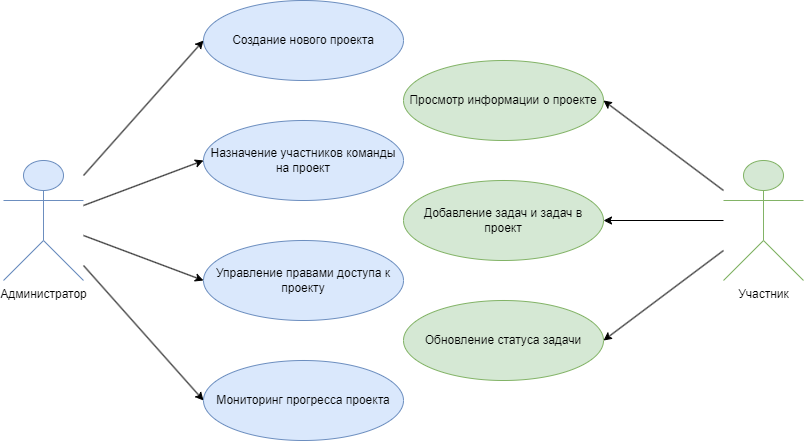
Earlier version of the draw.io export misc/Диаграммы/Use Case.drawio.png (Kristinycheremych/eremenko-graduateproject). Source tidied: cells renumbered, new cells last; positions are measured from the earlier drawing's top-left corner, leaving out a move shared by most shapes.
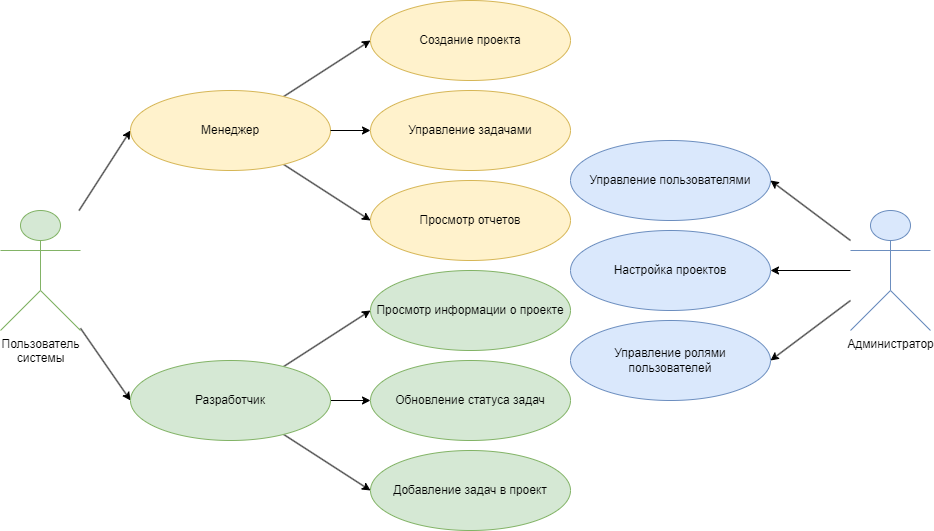
Above is the later version.

The edit, as a diff of the source:
```diff
@@ -2,53 +2,77 @@
   <root>
     <mxCell id="0" />
     <mxCell id="1" parent="0" />
-    <mxCell id="2" style="rounded=0;jettySize=auto;html=1;entryX=0;entryY=0.5;entryDx=0;entryDy=0;" parent="1" edge="1" source="6" target="7">
+    <mxCell id="2" style="rounded=0;jettySize=auto;html=1;entryX=1;entryY=0.5;entryDx=0;entryDy=0;" parent="1" edge="1" source="4" target="6">
       <mxGeometry relative="1" as="geometry" />
     </mxCell>
-    <mxCell id="3" style="rounded=0;jettySize=auto;html=1;entryX=0;entryY=0.5;entryDx=0;entryDy=0;" parent="1" edge="1" source="6" target="8">
+    <mxCell id="3" style="rounded=0;jettySize=auto;html=1;entryX=1;entryY=0.5;entryDx=0;entryDy=0;" parent="1" edge="1" source="4" target="24">
       <mxGeometry relative="1" as="geometry" />
     </mxCell>
-    <mxCell id="4" style="rounded=0;jettySize=auto;html=1;entryX=0;entryY=0.5;entryDx=0;entryDy=0;" parent="1" edge="1" source="6" target="9">
-      <mxGeometry relative="1" as="geometry" />
+    <mxCell id="4" value="Администратор " style="shape=umlActor;verticalLabelPosition=bottom;verticalAlign=top;html=1;outlineConnect=0;fillColor=#dae8fc;strokeColor=#6c8ebf;" parent="1" vertex="1">
+      <mxGeometry x="840" y="-50" width="80" height="120" as="geometry" />
     </mxCell>
-    <mxCell id="5" style="rounded=0;jettySize=auto;html=1;entryX=0;entryY=0.5;entryDx=0;entryDy=0;" parent="1" edge="1" source="6" target="10">
-      <mxGeometry relative="1" as="geometry" />
+    <mxCell id="5" value="Управление пользователями" style="ellipse;whiteSpace=wrap;html=1;fillColor=#dae8fc;strokeColor=#6c8ebf;" parent="1" vertex="1">
+      <mxGeometry x="560" y="-120" width="200" height="80" as="geometry" />
     </mxCell>
-    <mxCell id="6" value="Администратор " style="shape=umlActor;verticalLabelPosition=bottom;verticalAlign=top;html=1;outlineConnect=0;fillColor=#dae8fc;strokeColor=#6c8ebf;" parent="1" vertex="1">
-      <mxGeometry y="160" width="80" height="120" as="geometry" />
+    <mxCell id="6" value="Настройка проектов" style="ellipse;whiteSpace=wrap;html=1;fillColor=#dae8fc;strokeColor=#6c8ebf;" parent="1" vertex="1">
+      <mxGeometry x="560" y="-30" width="200" height="80" as="geometry" />
     </mxCell>
-    <mxCell id="7" value="Создание нового проекта" style="ellipse;whiteSpace=wrap;html=1;fillColor=#dae8fc;strokeColor=#6c8ebf;" parent="1" vertex="1">
-      <mxGeometry x="200" width="200" height="80" as="geometry" />
+    <mxCell id="7" style="rounded=0;jettySize=auto;html=1;entryX=0;entryY=0.5;entryDx=0;entryDy=0;" parent="1" edge="1" source="9" target="12">
+      <mxGeometry relative="1" as="geometry" />
     </mxCell>
-    <mxCell id="8" value="Назначение участников команды на проект" style="ellipse;whiteSpace=wrap;html=1;fillColor=#dae8fc;strokeColor=#6c8ebf;" parent="1" vertex="1">
-      <mxGeometry x="200" y="120" width="200" height="80" as="geometry" />
+    <mxCell id="8" style="rounded=0;jettySize=auto;html=1;entryX=0;entryY=0.5;entryDx=0;entryDy=0;" parent="1" edge="1" source="9" target="16">
+      <mxGeometry relative="1" as="geometry" />
     </mxCell>
-    <mxCell id="9" value="Управление правами доступа к проекту" style="ellipse;whiteSpace=wrap;html=1;fillColor=#dae8fc;strokeColor=#6c8ebf;" parent="1" vertex="1">
-      <mxGeometry x="200" y="240" width="200" height="80" as="geometry" />
+    <mxCell id="9" value="Пользователь &lt;br&gt;системы" style="shape=umlActor;verticalLabelPosition=bottom;verticalAlign=top;html=1;outlineConnect=0;fillColor=#d5e8d4;strokeColor=#82b366;" parent="1" vertex="1">
+      <mxGeometry x="-10" y="-50" width="80" height="120" as="geometry" />
     </mxCell>
-    <mxCell id="10" value="Мониторинг прогресса проекта" style="ellipse;whiteSpace=wrap;html=1;fillColor=#dae8fc;strokeColor=#6c8ebf;" parent="1" vertex="1">
-      <mxGeometry x="200" y="360" width="200" height="80" as="geometry" />
+    <mxCell id="10" style="rounded=0;jettySize=auto;html=1;entryX=0;entryY=0.5;entryDx=0;entryDy=0;" parent="1" edge="1" source="12" target="17">
+      <mxGeometry relative="1" as="geometry" />
     </mxCell>
-    <mxCell id="11" style="rounded=0;jettySize=auto;html=1;entryX=1;entryY=0.5;entryDx=0;entryDy=0;" parent="1" edge="1" source="14" target="17">
+    <mxCell id="11" style="rounded=0;jettySize=auto;html=1;entryX=0;entryY=0.5;entryDx=0;entryDy=0;" parent="1" edge="1" source="12" target="19">
       <mxGeometry relative="1" as="geometry" />
     </mxCell>
-    <mxCell id="12" style="rounded=0;jettySize=auto;html=1;entryX=1;entryY=0.5;entryDx=0;entryDy=0;" parent="1" edge="1" source="14" target="16">
-      <mxGeometry relative="1" as="geometry" />
+    <mxCell id="12" value="Менеджер " style="ellipse;whiteSpace=wrap;html=1;fillColor=#fff2cc;strokeColor=#d6b656;" parent="1" vertex="1">
+      <mxGeometry x="120" y="-170" width="200" height="80" as="geometry" />
     </mxCell>
-    <mxCell id="13" style="rounded=0;jettySize=auto;html=1;entryX=1;entryY=0.5;entryDx=0;entryDy=0;" parent="1" edge="1" source="14" target="15">
+    <mxCell id="13" style="rounded=0;jettySize=auto;html=1;entryX=0;entryY=0.5;entryDx=0;entryDy=0;" parent="1" edge="1" source="16" target="21">
       <mxGeometry relative="1" as="geometry" />
     </mxCell>
-    <mxCell id="14" value="Участник" style="shape=umlActor;verticalLabelPosition=bottom;verticalAlign=top;html=1;outlineConnect=0;fillColor=#d5e8d4;strokeColor=#82b366;" parent="1" vertex="1">
-      <mxGeometry x="720" y="160" width="80" height="120" as="geometry" />
+    <mxCell id="14" style="rounded=0;jettySize=auto;html=1;" parent="1" edge="1" source="16" target="22">
+      <mxGeometry relative="1" as="geometry" />
     </mxCell>
-    <mxCell id="15" value="Просмотр информации о проекте" style="ellipse;whiteSpace=wrap;html=1;fillColor=#d5e8d4;strokeColor=#82b366;" parent="1" vertex="1">
-      <mxGeometry x="400" y="60" width="200" height="80" as="geometry" />
+    <mxCell id="15" style="rounded=0;jettySize=auto;html=1;entryX=0;entryY=0.5;entryDx=0;entryDy=0;" parent="1" edge="1" source="16" target="25">
+      <mxGeometry relative="1" as="geometry" />
     </mxCell>
-    <mxCell id="16" value="Добавление задач и задач в проект" style="ellipse;whiteSpace=wrap;html=1;fillColor=#d5e8d4;strokeColor=#82b366;" parent="1" vertex="1">
-      <mxGeometry x="400" y="180" width="200" height="80" as="geometry" />
+    <mxCell id="16" value="Разработчик" style="ellipse;whiteSpace=wrap;html=1;fillColor=#d5e8d4;strokeColor=#82b366;" parent="1" vertex="1">
+      <mxGeometry x="120" y="100" width="200" height="80" as="geometry" />
     </mxCell>
-    <mxCell id="17" value="Обновление статуса задачи" style="ellipse;whiteSpace=wrap;html=1;fillColor=#d5e8d4;strokeColor=#82b366;" parent="1" vertex="1">
-      <mxGeometry x="400" y="300" width="200" height="80" as="geometry" />
+    <mxCell id="17" value="Создание проекта" style="ellipse;whiteSpace=wrap;html=1;fillColor=#fff2cc;strokeColor=#d6b656;" parent="1" vertex="1">
+      <mxGeometry x="360" y="-260" width="200" height="80" as="geometry" />
     </mxCell>
+    <mxCell id="18" value="Управление задачами" style="ellipse;whiteSpace=wrap;html=1;fillColor=#fff2cc;strokeColor=#d6b656;" parent="1" vertex="1">
+      <mxGeometry x="360" y="-170" width="200" height="80" as="geometry" />
+    </mxCell>
+    <mxCell id="19" value="Просмотр отчетов" style="ellipse;whiteSpace=wrap;html=1;fillColor=#fff2cc;strokeColor=#d6b656;" parent="1" vertex="1">
+      <mxGeometry x="360" y="-80" width="200" height="80" as="geometry" />
+    </mxCell>
+    <mxCell id="20" style="rounded=0;jettySize=auto;html=1;entryX=0;entryY=0.5;entryDx=0;entryDy=0;" parent="1" edge="1" source="12" target="18">
+      <mxGeometry relative="1" as="geometry" />
+    </mxCell>
+    <mxCell id="21" value="Просмотр информации о проекте" style="ellipse;whiteSpace=wrap;html=1;fillColor=#d5e8d4;strokeColor=#82b366;" parent="1" vertex="1">
+      <mxGeometry x="360" y="10" width="200" height="80" as="geometry" />
+    </mxCell>
+    <mxCell id="22" value="Обновление статуса задач" style="ellipse;whiteSpace=wrap;html=1;fillColor=#d5e8d4;strokeColor=#82b366;" parent="1" vertex="1">
+      <mxGeometry x="360" y="100" width="200" height="80" as="geometry" />
+    </mxCell>
+    <mxCell id="23" style="rounded=0;jettySize=auto;html=1;entryX=1;entryY=0.5;entryDx=0;entryDy=0;" parent="1" edge="1" source="4" target="5">
+      <mxGeometry relative="1" as="geometry" />
+    </mxCell>
+    <mxCell id="24" value="Управление ролями &lt;br&gt;пользователей" style="ellipse;whiteSpace=wrap;html=1;fillColor=#dae8fc;strokeColor=#6c8ebf;" parent="1" vertex="1">
+      <mxGeometry x="560" y="60" width="200" height="80" as="geometry" />
+    </mxCell>
+    <mxCell id="25" value="Добавление задач в проект" style="ellipse;whiteSpace=wrap;html=1;fillColor=#d5e8d4;strokeColor=#82b366;" parent="1" vertex="1">
+      <mxGeometry x="360" y="190" width="200" height="80" as="geometry" />
+    </mxCell>
   </root>
 </mxGraphModel>
```
